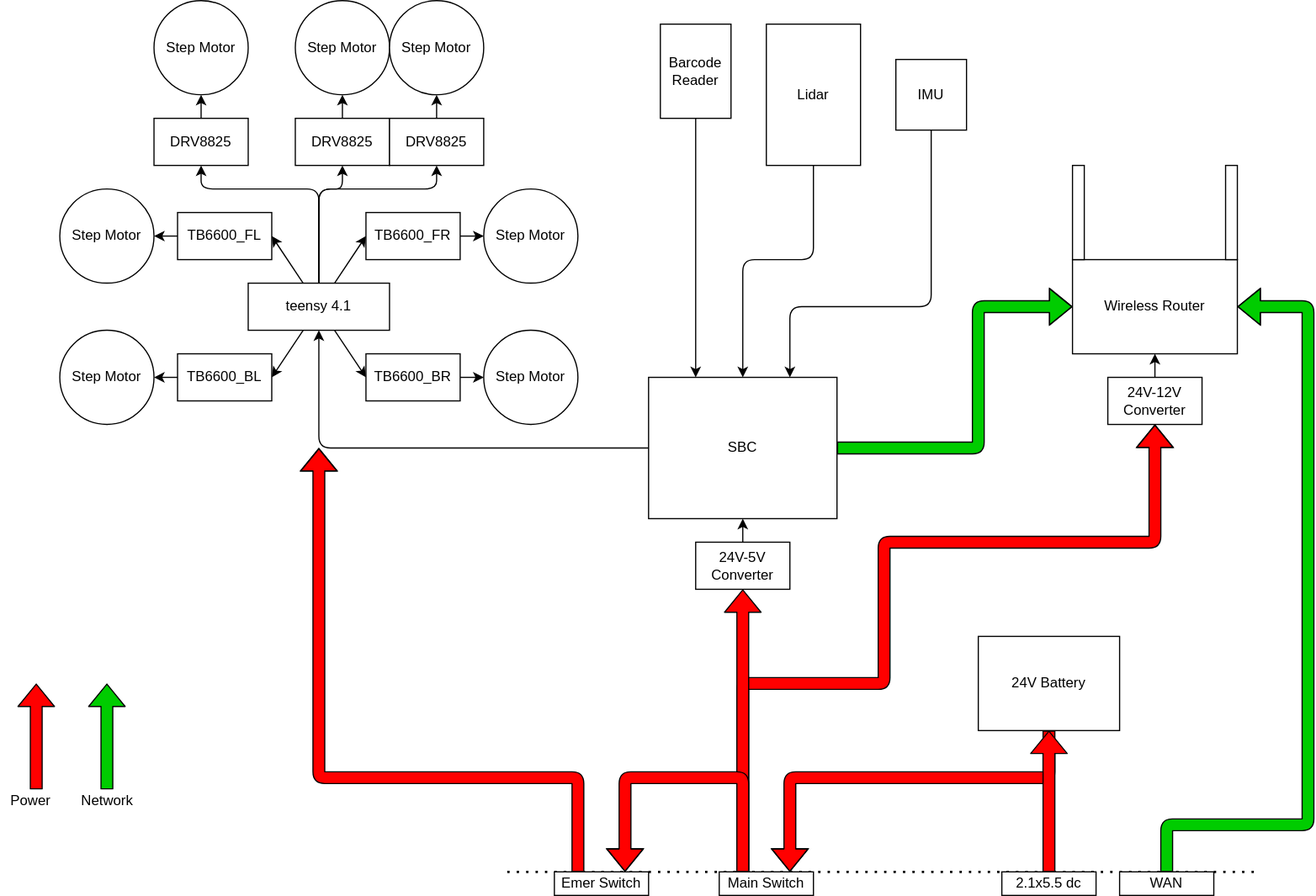
Before: doc/Ver2.0/Structure.drawio.svg, a diagram exported from draw.io (kor-taeyoon/KW-Express). Source tidied: cells renumbered, new cells last; positions are measured from the earlier drawing's top-left corner, leaving out a move shared by most shapes.
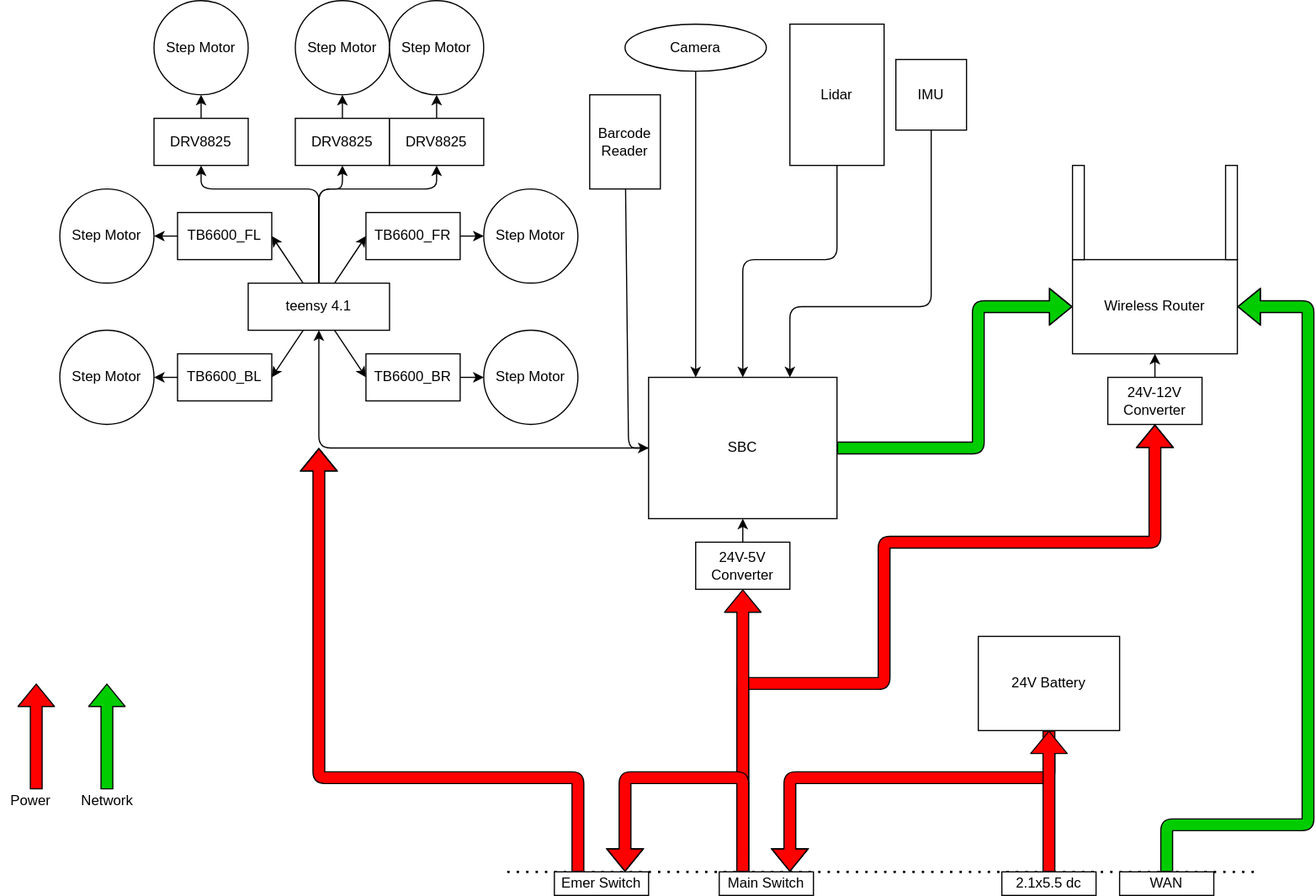
After the change.

Commit message:
Camera added (structure) for UV Lane Following

What changed in the source:
```diff
@@ -53,13 +53,13 @@
     <mxCell id="13" style="edgeStyle=none;html=1;entryX=0.5;entryY=0;entryDx=0;entryDy=0;" parent="1" edge="1" source="14" target="16">
       <mxGeometry relative="1" as="geometry">
         <Array as="points">
-          <mxPoint x="690" y="220" />
+          <mxPoint x="710" y="220" />
           <mxPoint x="630" y="220" />
         </Array>
       </mxGeometry>
     </mxCell>
     <mxCell id="14" value="Lidar" style="whiteSpace=wrap;html=1;" parent="1" vertex="1">
-      <mxGeometry x="650" y="20" width="80" height="120" as="geometry" />
+      <mxGeometry x="670" y="20" width="80" height="120" as="geometry" />
     </mxCell>
     <mxCell id="15" style="edgeStyle=none;html=1;entryX=0.5;entryY=1;entryDx=0;entryDy=0;" parent="1" edge="1" source="16" target="12">
       <mxGeometry relative="1" as="geometry">
@@ -173,11 +173,15 @@
     <mxCell id="47" value="2.1x5.5 dc" style="whiteSpace=wrap;html=1;" parent="1" vertex="1">
       <mxGeometry x="850" y="740" width="80" height="20" as="geometry" />
     </mxCell>
-    <mxCell id="48" style="edgeStyle=none;html=1;entryX=0.25;entryY=0;entryDx=0;entryDy=0;" parent="1" edge="1" source="49" target="16">
-      <mxGeometry relative="1" as="geometry" />
+    <mxCell id="48" style="edgeStyle=none;html=1;entryX=0;entryY=0.5;entryDx=0;entryDy=0;" parent="1" edge="1" source="49" target="16">
+      <mxGeometry relative="1" as="geometry">
+        <Array as="points">
+          <mxPoint x="533" y="380" />
+        </Array>
+      </mxGeometry>
     </mxCell>
     <mxCell id="49" value="Barcode&lt;br&gt;Reader" style="whiteSpace=wrap;html=1;" parent="1" vertex="1">
-      <mxGeometry x="560" y="20" width="60" height="80" as="geometry" />
+      <mxGeometry x="500" y="80" width="60" height="80" as="geometry" />
     </mxCell>
     <mxCell id="50" value="Main Switch" style="whiteSpace=wrap;html=1;" parent="1" vertex="1">
       <mxGeometry x="610" y="740" width="80" height="20" as="geometry" />
@@ -264,5 +268,11 @@
     <mxCell id="64" style="shape=flexArrow;endArrow=classic;html=1;fillColor=#FF0000;entryX=0.5;entryY=1;entryDx=0;entryDy=0;exitX=0.5;exitY=0;exitDx=0;exitDy=0;" parent="1" edge="1" source="47" target="2">
       <mxGeometry relative="1" as="geometry" />
     </mxCell>
+    <mxCell id="65" style="edgeStyle=none;html=1;entryX=0.25;entryY=0;entryDx=0;entryDy=0;fillColor=#00CC00;" parent="1" edge="1" source="66" target="16">
+      <mxGeometry relative="1" as="geometry" />
+    </mxCell>
+    <mxCell id="66" value="Camera" style="ellipse;whiteSpace=wrap;html=1;" parent="1" vertex="1">
+      <mxGeometry x="530" y="20" width="120" height="40" as="geometry" />
+    </mxCell>
   </root>
 </mxGraphModel>
```
